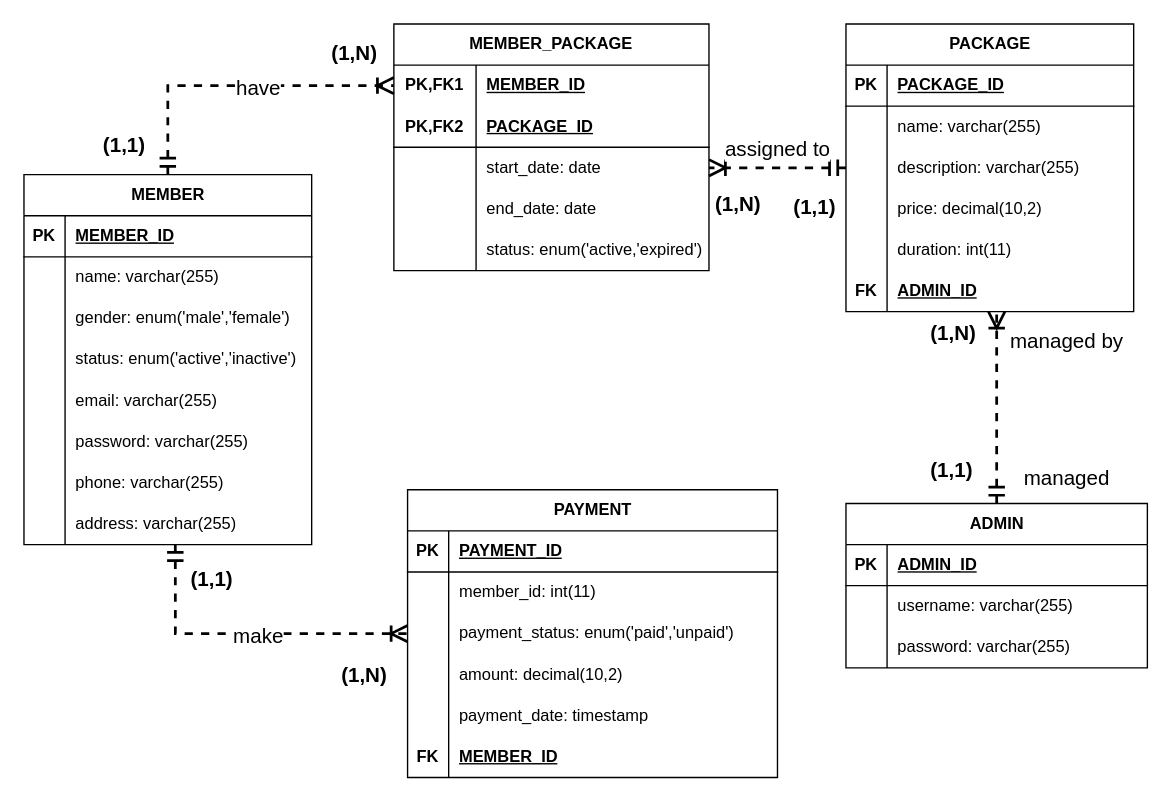
Earlier version of the draw.io diagram ERD ICT600 Gym Membership System.drawio (AbeSoll/Draw.io). Source tidied: cells renumbered, new cells numbered last; positions are measured from the earlier drawing's top-left corner, leaving out a move shared by most shapes. Both pictures are drawn from the tidied source at 137%, with x=0, y=0 at pixel (23, 23).
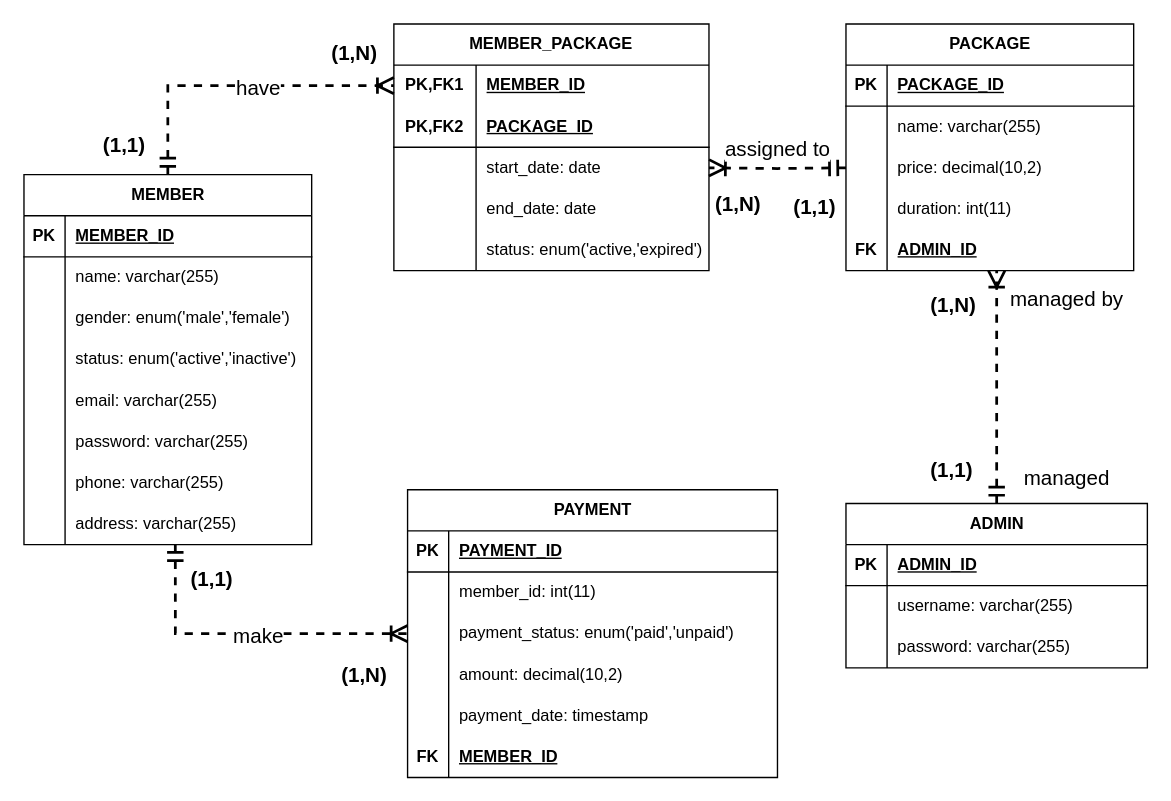
The same diagram, later.

The change refers to these unchanged cells:
```xml
<mxCell id="67" value="ADMIN" style="shape=table;startSize=30;childLayout=tableLayout;rowLines=0;fontStyle=1;align=center;html=1;fontFamily=Helvetica;fontSize=12;" parent="1" vertex="1">
  <mxGeometry x="600" y="350" width="220" height="120" as="geometry" />
</mxCell>
<mxCell id="89" style="shape=tableRow;horizontal=0;startSize=0;swimlaneHead=0;swimlaneBody=0;fillColor=none;points=[[0,0.5],[1,0.5]];portConstraint=eastwest;top=0;left=0;right=0;bottom=0;html=1;" parent="82" vertex="1">
  <mxGeometry y="90" width="230" height="30" as="geometry" />
</mxCell>
```

What changed in the source:
```diff
@@
     <mxCell id="46" value="PACKAGE" style="shape=table;startSize=30;childLayout=tableLayout;rowLines=0;fontStyle=1;align=center;html=1;fontFamily=Helvetica;fontSize=12;" parent="1" vertex="1">
-      <mxGeometry x="600" width="210" height="210" as="geometry" />
+      <mxGeometry x="600" width="210" height="180" as="geometry" />
     </mxCell>
@@
-    <mxCell id="53" style="shape=tableRow;horizontal=0;startSize=0;swimlaneHead=0;swimlaneBody=0;fillColor=none;points=[[0,0.5],[1,0.5]];portConstraint=eastwest;top=0;left=0;right=0;bottom=0;fontFamily=Helvetica;fontSize=12;" parent="46" vertex="1">
-      <mxGeometry y="90" width="210" height="30" as="geometry" />
-    </mxCell>
-    <mxCell id="54" style="shape=partialRectangle;fillColor=none;top=0;left=0;bottom=0;right=0;overflow=hidden;whiteSpace=wrap;html=1;fontFamily=Helvetica;fontSize=12;" parent="53" vertex="1">
-      <mxGeometry width="30" height="30" as="geometry" />
-    </mxCell>
-    <mxCell id="55" value="description: varchar(255)" style="shape=partialRectangle;fillColor=none;top=0;left=0;bottom=0;right=0;align=left;spacingLeft=6;overflow=hidden;whiteSpace=wrap;html=1;fontFamily=Helvetica;fontSize=12;" parent="53" vertex="1">
-      <mxGeometry x="30" width="180" height="30" as="geometry" />
-    </mxCell>
     <mxCell id="56" style="shape=tableRow;horizontal=0;startSize=0;swimlaneHead=0;swimlaneBody=0;fillColor=none;top=0;left=0;right=0;bottom=0;fontFamily=Helvetica;fontSize=12;" parent="46" vertex="1">
-      <mxGeometry y="120" width="210" height="30" as="geometry" />
+      <mxGeometry y="90" width="210" height="30" as="geometry" />
     </mxCell>
@@
     <mxCell id="59" style="shape=tableRow;horizontal=0;startSize=0;swimlaneHead=0;swimlaneBody=0;fillColor=none;top=0;left=0;right=0;bottom=0;fontFamily=Helvetica;fontSize=12;" parent="46" vertex="1">
-      <mxGeometry y="150" width="210" height="30" as="geometry" />
+      <mxGeometry y="120" width="210" height="30" as="geometry" />
     </mxCell>
@@
     <mxCell id="62" style="shape=tableRow;horizontal=0;startSize=0;swimlaneHead=0;swimlaneBody=0;fillColor=none;top=0;left=0;right=0;bottom=0;fontFamily=Helvetica;fontSize=12;" parent="46" vertex="1">
-      <mxGeometry y="180" width="210" height="30" as="geometry" />
+      <mxGeometry y="150" width="210" height="30" as="geometry" />
     </mxCell>
@@
     <mxCell id="65" style="edgeStyle=orthogonalEdgeStyle;rounded=0;jettySize=auto;html=1;exitX=0.5;exitY=0;exitDx=0;exitDy=0;startArrow=ERmandOne;startFill=0;endArrow=ERoneToMany;endFill=0;endSize=9;startSize=9;strokeWidth=2;dashed=1;" parent="1" edge="1" source="67">
       <mxGeometry relative="1" as="geometry">
-        <mxPoint x="710" y="210" as="targetPoint" />
+        <mxPoint x="710" y="180" as="targetPoint" />
+        <Array as="points">
+          <mxPoint x="710" y="180" />
+        </Array>
       </mxGeometry>
     </mxCell>
     <mxCell id="66" value="managed by" style="edgeLabel;html=1;align=center;verticalAlign=middle;fontSize=15;" parent="65" vertex="1">
       <mxGeometry x="0.1" y="2" relative="1" as="geometry">
-        <mxPoint x="52" y="-43" as="offset" />
+        <mxPoint x="52" y="-57" as="offset" />
       </mxGeometry>
     </mxCell>
@@
-    <mxCell id="80" style="edgeStyle=orthogonalEdgeStyle;rounded=0;jettySize=auto;html=1;exitX=0;exitY=0.5;exitDx=0;exitDy=0;entryX=1;entryY=0.5;entryDx=0;entryDy=0;endArrow=ERoneToMany;endFill=0;startArrow=ERmandOne;startFill=0;strokeWidth=2;sourcePerimeterSpacing=0;endSize=9;startSize=9;dashed=1;" parent="1" edge="1" source="53" target="89">
-      <mxGeometry relative="1" as="geometry" />
+    <mxCell id="80" style="edgeStyle=orthogonalEdgeStyle;rounded=0;jettySize=auto;html=1;exitX=0;exitY=0.5;exitDx=0;exitDy=0;entryX=1;entryY=0.5;entryDx=0;entryDy=0;endArrow=ERoneToMany;endFill=0;startArrow=ERmandOne;startFill=0;strokeWidth=2;sourcePerimeterSpacing=0;endSize=9;startSize=9;dashed=1;" parent="1" edge="1" target="89">
+      <mxGeometry relative="1" as="geometry">
+        <mxPoint x="600" y="105" as="sourcePoint" />
+      </mxGeometry>
     </mxCell>
@@
     <mxCell id="107" value="&lt;span style=&quot;color: rgb(0, 0, 0); font-family: Helvetica; font-size: 15px; font-style: normal; font-variant-ligatures: normal; font-variant-caps: normal; font-weight: 700; letter-spacing: normal; orphans: 2; text-align: center; text-indent: 0px; text-transform: none; widows: 2; word-spacing: 0px; -webkit-text-stroke-width: 0px; white-space: nowrap; background-color: rgb(255, 255, 255); text-decoration-thickness: initial; text-decoration-style: initial; text-decoration-color: initial; float: none; display: inline !important;&quot;&gt;(1,N)&lt;/span&gt;" style="text;whiteSpace=wrap;html=1;" parent="1" vertex="1">
-      <mxGeometry x="660" y="210" width="60" height="40" as="geometry" />
+      <mxGeometry x="660" y="190" width="60" height="40" as="geometry" />
     </mxCell>
```
